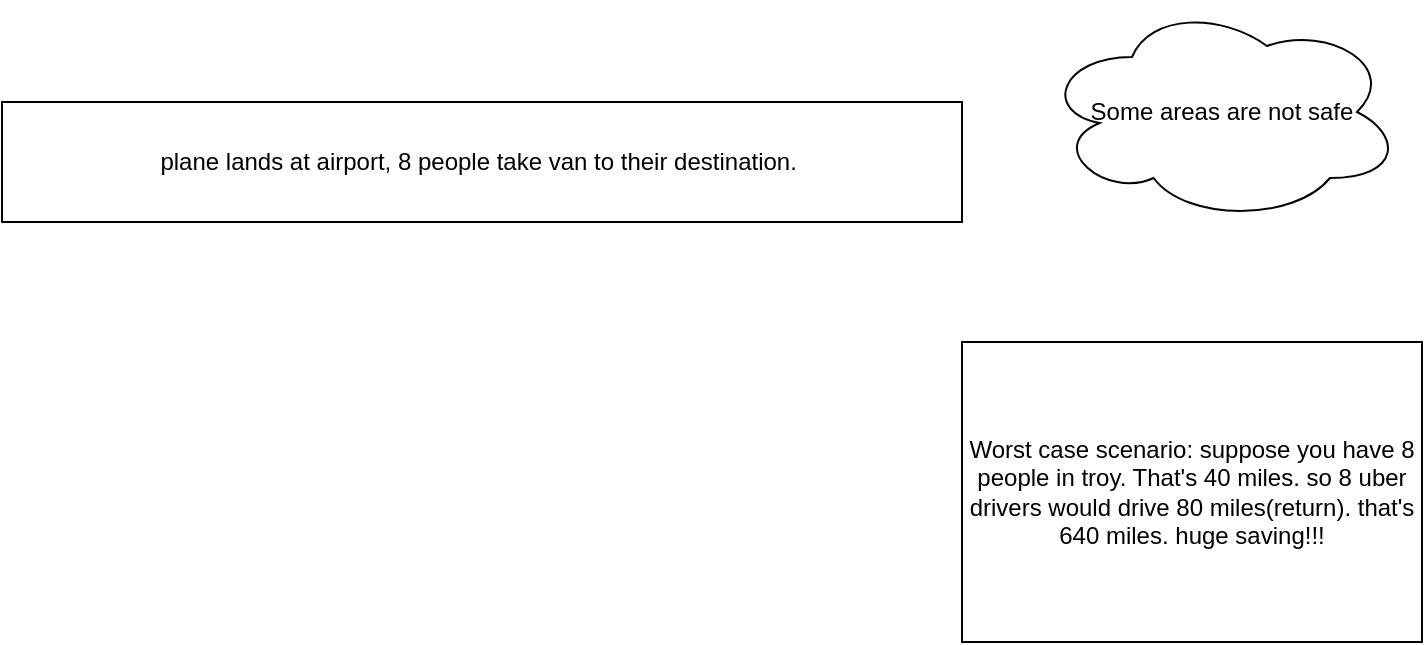
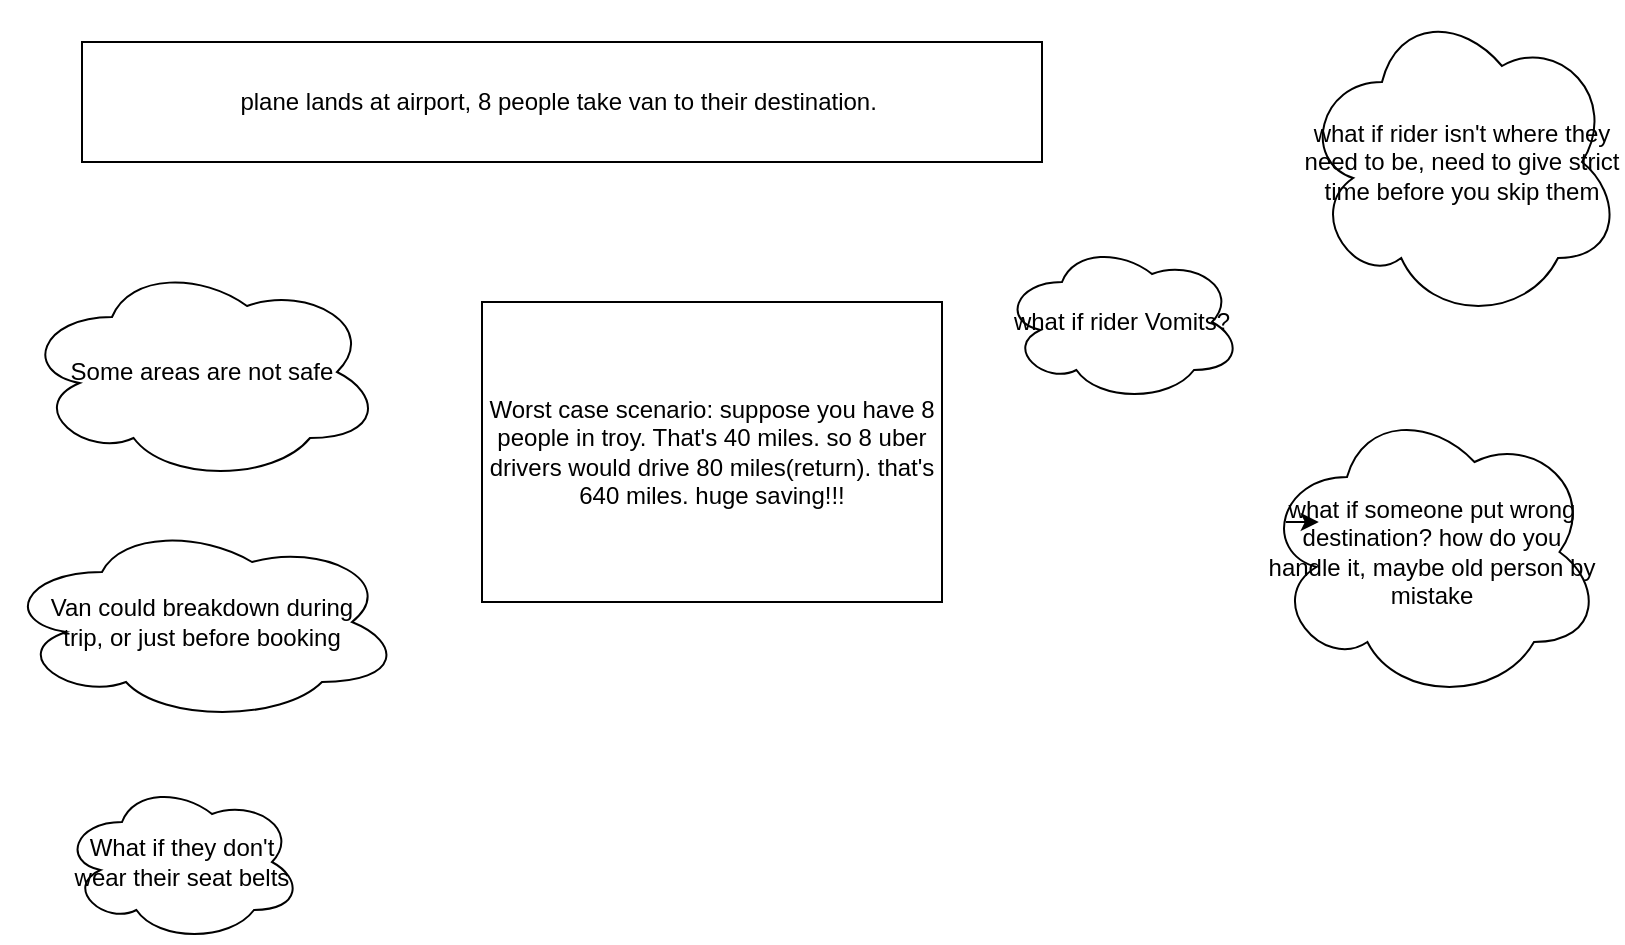
<mxfile host="app.diagrams.net">
  <diagram name="Page-1" id="dwn49BAO_7Qt1j4vyHa_">
-     <mxGraphModel dx="1108" dy="570" grid="1" gridSize="10" guides="1" tooltips="1" connect="1" arrows="1" fold="1" page="1" pageScale="1" pageWidth="850" pageHeight="1100" math="0" shadow="0">
+     <mxGraphModel dx="1171" dy="707" grid="1" gridSize="10" guides="1" tooltips="1" connect="1" arrows="1" fold="1" page="1" pageScale="1" pageWidth="850" pageHeight="1100" math="0" shadow="0">
      <root>
        <mxCell id="0" />
        <mxCell id="1" parent="0" />
        <mxCell id="ZXmLye4WYz5JW6THN3N--2" parent="1" style="rounded=0;whiteSpace=wrap;html=1;" value="plane lands at airport, 8 people take van to their destination.&amp;nbsp;" vertex="1">
          <mxGeometry height="60" width="480" x="60" y="60" as="geometry" />
        </mxCell>
        <mxCell id="ZXmLye4WYz5JW6THN3N--3" parent="1" style="ellipse;shape=cloud;whiteSpace=wrap;html=1;" value="Some areas are not safe" vertex="1">
-           <mxGeometry height="110" width="180" x="580" y="10" as="geometry" />
+           <mxGeometry height="110" width="180" x="30" y="170" as="geometry" />
        </mxCell>
        <mxCell id="ZXmLye4WYz5JW6THN3N--5" parent="1" style="rounded=0;whiteSpace=wrap;html=1;" value="&lt;div&gt;Worst case scenario: suppose you have 8 people in troy. That&#39;s 40 miles. so 8 uber drivers would drive 80 miles(return). that&#39;s 640 miles. huge saving!!!&lt;/div&gt;" vertex="1">
-           <mxGeometry height="150" width="230" x="540" y="180" as="geometry" />
+           <mxGeometry height="150" width="230" x="260" y="190" as="geometry" />
+         </mxCell>
+         <mxCell id="3V9UZf0SNv3yNVWR_qLZ-3" parent="1" style="ellipse;shape=cloud;whiteSpace=wrap;html=1;" value="Van could breakdown during&lt;br&gt;trip, or just before booking" vertex="1">
+           <mxGeometry height="100" width="200" x="20" y="300" as="geometry" />
+         </mxCell>
+         <mxCell id="3V9UZf0SNv3yNVWR_qLZ-4" parent="1" style="ellipse;shape=cloud;whiteSpace=wrap;html=1;" value="&lt;div&gt;what if rider Vomits?&lt;/div&gt;" vertex="1">
+           <mxGeometry height="80" width="120" x="520" y="160" as="geometry" />
+         </mxCell>
+         <mxCell id="3V9UZf0SNv3yNVWR_qLZ-5" parent="1" style="ellipse;shape=cloud;whiteSpace=wrap;html=1;" value="&lt;div&gt;what if rider isn&#39;t where they need to be, need to give strict time before you skip them&lt;/div&gt;" vertex="1">
+           <mxGeometry height="160" width="160" x="670" y="40" as="geometry" />
+         </mxCell>
+         <mxCell id="3V9UZf0SNv3yNVWR_qLZ-6" parent="1" style="ellipse;shape=cloud;whiteSpace=wrap;html=1;" value="&lt;div&gt;what if someone put wrong destination? how do you handle it, maybe old person by mistake&lt;/div&gt;" vertex="1">
+           <mxGeometry height="150" width="170" x="650" y="240" as="geometry" />
+         </mxCell>
+         <mxCell id="3V9UZf0SNv3yNVWR_qLZ-7" edge="1" parent="1" source="3V9UZf0SNv3yNVWR_qLZ-6" style="edgeStyle=orthogonalEdgeStyle;rounded=0;orthogonalLoop=1;jettySize=auto;html=1;exitX=0.07;exitY=0.4;exitDx=0;exitDy=0;exitPerimeter=0;entryX=0.167;entryY=0.4;entryDx=0;entryDy=0;entryPerimeter=0;" target="3V9UZf0SNv3yNVWR_qLZ-6">
+           <mxGeometry relative="1" as="geometry" />
+         </mxCell>
+         <mxCell id="3V9UZf0SNv3yNVWR_qLZ-8" parent="1" style="ellipse;shape=cloud;whiteSpace=wrap;html=1;" value="&lt;div&gt;What if they don&#39;t wear their seat belts&lt;/div&gt;" vertex="1">
+           <mxGeometry height="80" width="120" x="50" y="430" as="geometry" />
        </mxCell>
      </root>
    </mxGraphModel>
  </diagram>
</mxfile>
